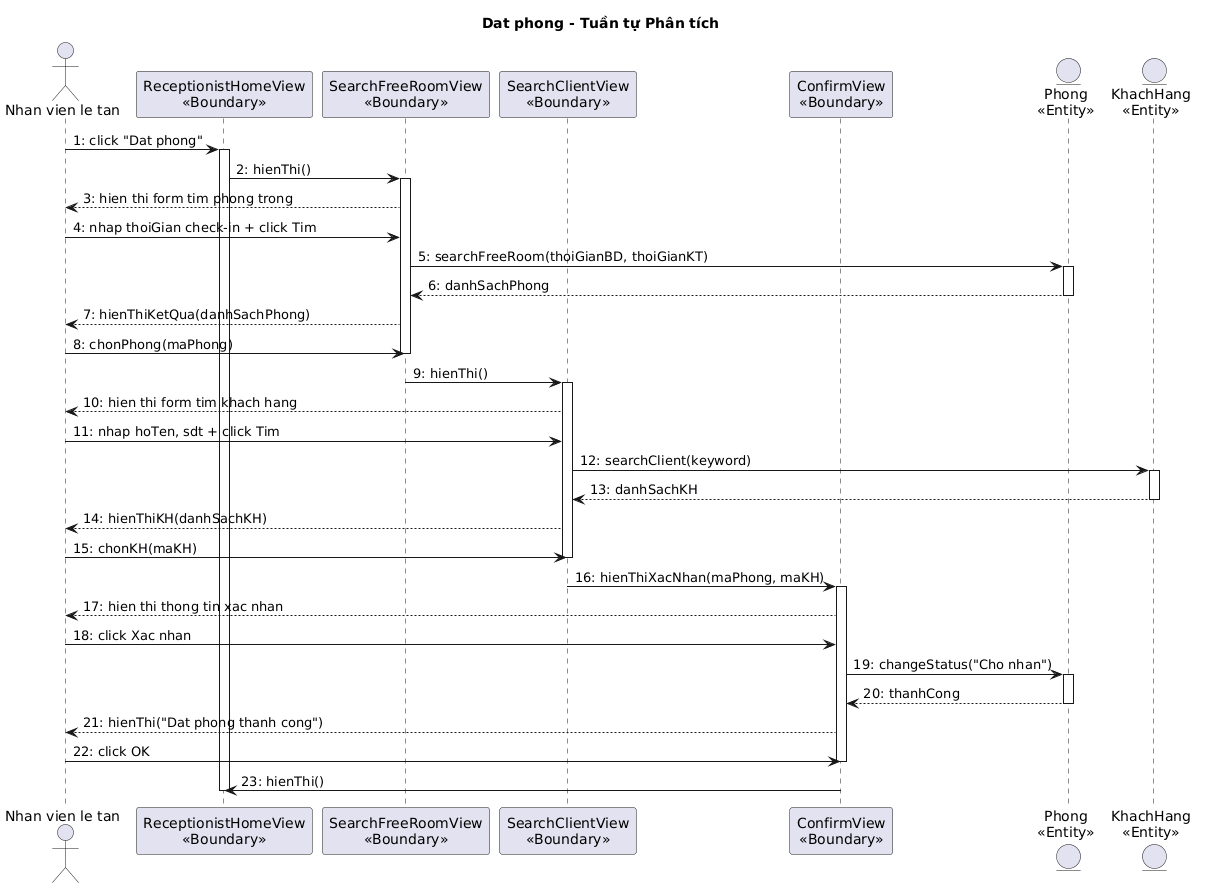
This is output/diagrams/booking_aseq_datphong.png from thanhtrnnn/cnpm, a PlantUML export, as it was before one commit. Its diagram source:
```plantuml
@startuml
title Dat phong - Tuần tự Phân tích

actor "Nhan vien le tan" as NV
participant "ReceptionistHomeView\n<<Boundary>>" as Home
participant "SearchFreeRoomView\n<<Boundary>>" as SearchRoom
participant "SearchClientView\n<<Boundary>>" as SearchClient
participant "ConfirmView\n<<Boundary>>" as Confirm
entity "Phong\n<<Entity>>" as Phong
entity "KhachHang\n<<Entity>>" as KH

NV -> Home : 1: click "Dat phong"
activate Home
Home -> SearchRoom : 2: hienThi()
activate SearchRoom
SearchRoom --> NV : 3: hien thi form tim phong trong
NV -> SearchRoom : 4: nhap thoiGian check-in + click Tim
SearchRoom -> Phong : 5: searchFreeRoom(thoiGianBD, thoiGianKT)
activate Phong
Phong --> SearchRoom : 6: danhSachPhong
deactivate Phong
SearchRoom --> NV : 7: hienThiKetQua(danhSachPhong)
NV -> SearchRoom : 8: chonPhong(maPhong)
deactivate SearchRoom
SearchRoom -> SearchClient : 9: hienThi()
activate SearchClient
SearchClient --> NV : 10: hien thi form tim khach hang
NV -> SearchClient : 11: nhap hoTen, sdt + click Tim
SearchClient -> KH : 12: searchClient(keyword)
activate KH
KH --> SearchClient : 13: danhSachKH
deactivate KH
SearchClient --> NV : 14: hienThiKH(danhSachKH)
NV -> SearchClient : 15: chonKH(maKH)
deactivate SearchClient
SearchClient -> Confirm : 16: hienThiXacNhan(maPhong, maKH)
activate Confirm
Confirm --> NV : 17: hien thi thong tin xac nhan
NV -> Confirm : 18: click Xac nhan
Confirm -> Phong : 19: changeStatus("Cho nhan")
activate Phong
Phong --> Confirm : 20: thanhCong
deactivate Phong
Confirm --> NV : 21: hienThi("Dat phong thanh cong")
NV -> Confirm : 22: click OK
deactivate Confirm
Confirm -> Home : 23: hienThi()
deactivate Home
@enduml
```
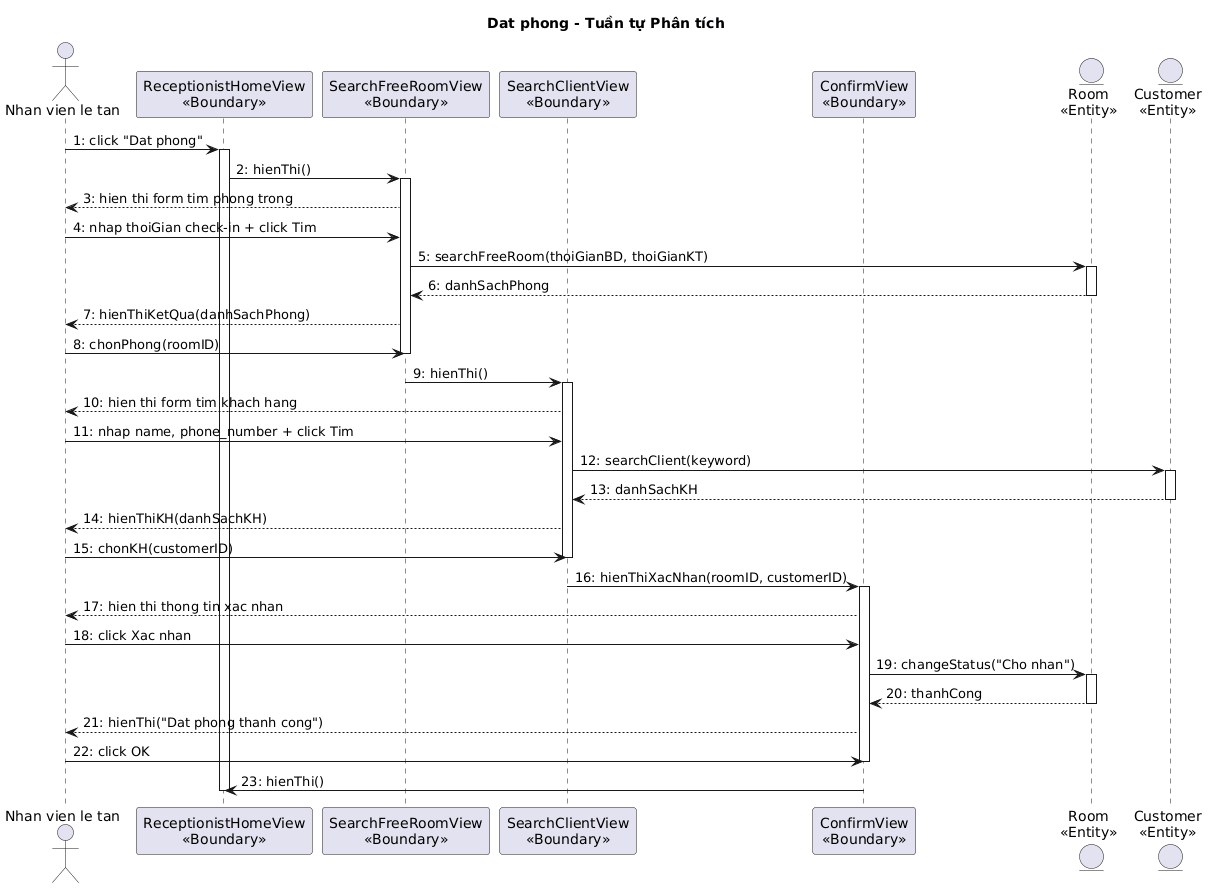
Later version of the same file.

Commit message:
sync: update all sequence diagrams with English entity names per Google Docs

The edit, as a diff of the source:
```diff
@@ -6,8 +6,8 @@
 participant "SearchFreeRoomView\n<<Boundary>>" as SearchRoom
 participant "SearchClientView\n<<Boundary>>" as SearchClient
 participant "ConfirmView\n<<Boundary>>" as Confirm
-entity "Phong\n<<Entity>>" as Phong
-entity "KhachHang\n<<Entity>>" as KH
+entity "Room\n<<Entity>>" as Room
+entity "Customer\n<<Entity>>" as Cust
 
 NV -> Home : 1: click "Dat phong"
 activate Home
@@ -15,32 +15,32 @@
 activate SearchRoom
 SearchRoom --> NV : 3: hien thi form tim phong trong
 NV -> SearchRoom : 4: nhap thoiGian check-in + click Tim
-SearchRoom -> Phong : 5: searchFreeRoom(thoiGianBD, thoiGianKT)
-activate Phong
-Phong --> SearchRoom : 6: danhSachPhong
-deactivate Phong
+SearchRoom -> Room : 5: searchFreeRoom(thoiGianBD, thoiGianKT)
+activate Room
+Room --> SearchRoom : 6: danhSachPhong
+deactivate Room
 SearchRoom --> NV : 7: hienThiKetQua(danhSachPhong)
-NV -> SearchRoom : 8: chonPhong(maPhong)
+NV -> SearchRoom : 8: chonPhong(roomID)
 deactivate SearchRoom
 SearchRoom -> SearchClient : 9: hienThi()
 activate SearchClient
 SearchClient --> NV : 10: hien thi form tim khach hang
-NV -> SearchClient : 11: nhap hoTen, sdt + click Tim
-SearchClient -> KH : 12: searchClient(keyword)
-activate KH
-KH --> SearchClient : 13: danhSachKH
-deactivate KH
+NV -> SearchClient : 11: nhap name, phone_number + click Tim
+SearchClient -> Cust : 12: searchClient(keyword)
+activate Cust
+Cust --> SearchClient : 13: danhSachKH
+deactivate Cust
 SearchClient --> NV : 14: hienThiKH(danhSachKH)
-NV -> SearchClient : 15: chonKH(maKH)
+NV -> SearchClient : 15: chonKH(customerID)
 deactivate SearchClient
-SearchClient -> Confirm : 16: hienThiXacNhan(maPhong, maKH)
+SearchClient -> Confirm : 16: hienThiXacNhan(roomID, customerID)
 activate Confirm
 Confirm --> NV : 17: hien thi thong tin xac nhan
 NV -> Confirm : 18: click Xac nhan
-Confirm -> Phong : 19: changeStatus("Cho nhan")
-activate Phong
-Phong --> Confirm : 20: thanhCong
-deactivate Phong
+Confirm -> Room : 19: changeStatus("Cho nhan")
+activate Room
+Room --> Confirm : 20: thanhCong
+deactivate Room
 Confirm --> NV : 21: hienThi("Dat phong thanh cong")
 NV -> Confirm : 22: click OK
 deactivate Confirm
```
